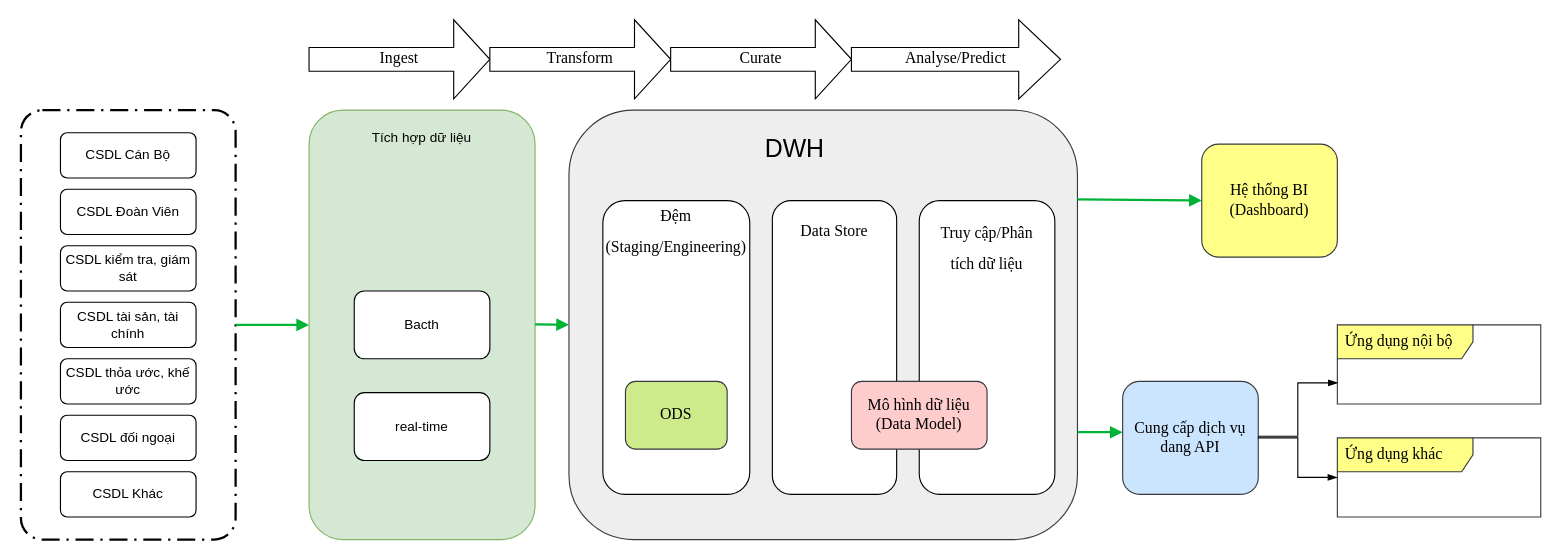
This is page "Page-1" (1 of 2) of Untitled Diagram.drawio from letheanh12345/Draw-io, a draw.io file, before an edit. Source tidied: cells renumbered, new cells numbered last; positions are measured from the earlier drawing's top-left corner, leaving out a move shared by most shapes. Both pictures are drawn from the tidied source at 113%, with x=0, y=0 at pixel (20, 19).
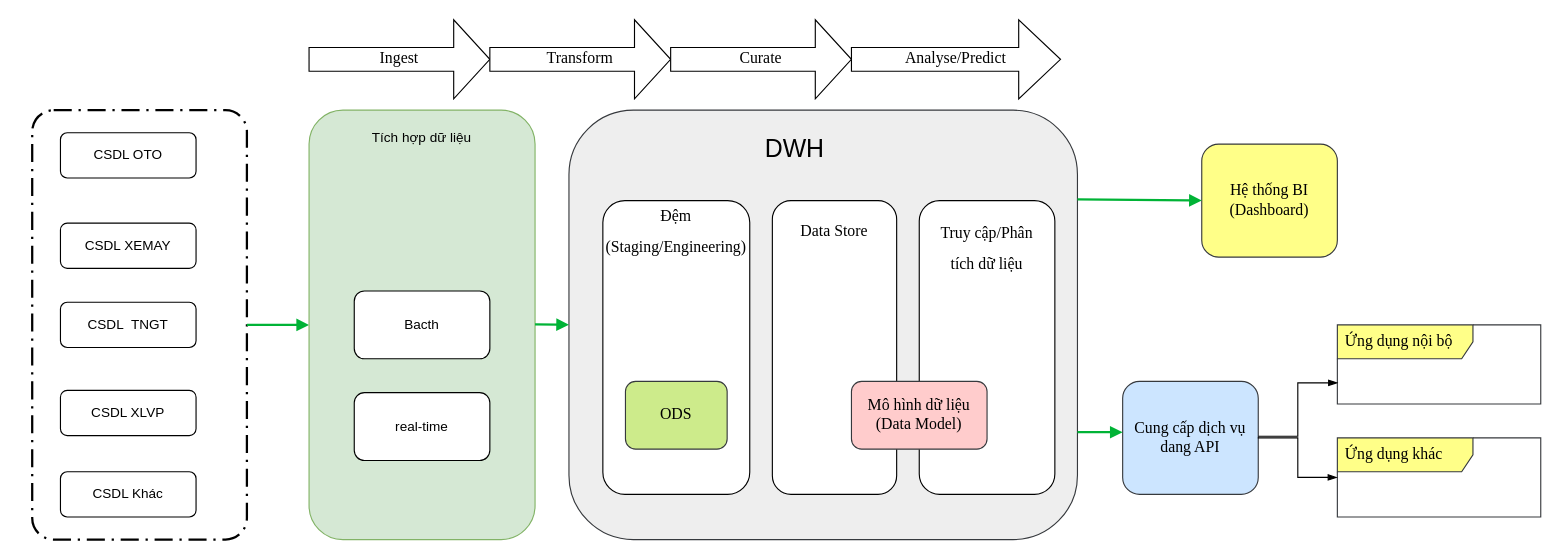
The same page after the edit.

Diff of the diagram source:
```diff
@@
-    <mxCell id="2" value="CSDL Cán Bộ" style="rounded=1;whiteSpace=wrap;html=1;" parent="1" vertex="1">
+    <mxCell id="2" value="CSDL OTO" style="rounded=1;whiteSpace=wrap;html=1;" parent="1" vertex="1">
       <mxGeometry x="35" y="100" width="120" height="40" as="geometry" />
     </mxCell>
-    <mxCell id="3" value="CSDL Đoàn Viên" style="rounded=1;whiteSpace=wrap;html=1;" parent="1" vertex="1">
-      <mxGeometry x="35" y="150" width="120" height="40" as="geometry" />
+    <mxCell id="3" value="CSDL XEMAY" style="rounded=1;whiteSpace=wrap;html=1;" parent="1" vertex="1">
+      <mxGeometry x="35" y="180" width="120" height="40" as="geometry" />
     </mxCell>
-    <mxCell id="4" value="CSDL kiểm tra, giám sát" style="rounded=1;whiteSpace=wrap;html=1;" parent="1" vertex="1">
-      <mxGeometry x="35" y="200" width="120" height="40" as="geometry" />
+    <mxCell id="4" value="CSDL&amp;nbsp; TNGT" style="rounded=1;whiteSpace=wrap;html=1;" parent="1" vertex="1">
+      <mxGeometry x="35" y="250" width="120" height="40" as="geometry" />
     </mxCell>
-    <mxCell id="5" value="CSDL tài sản, tài chính" style="rounded=1;whiteSpace=wrap;html=1;" parent="1" vertex="1">
-      <mxGeometry x="35" y="250" width="120" height="40" as="geometry" />
+    <mxCell id="5" value="CSDL XLVP" style="rounded=1;whiteSpace=wrap;html=1;" parent="1" vertex="1">
+      <mxGeometry x="35" y="328" width="120" height="40" as="geometry" />
     </mxCell>
-    <mxCell id="6" value="CSDL thỏa ước, khế ước" style="rounded=1;whiteSpace=wrap;html=1;" parent="1" vertex="1">
-      <mxGeometry x="35" y="300" width="120" height="40" as="geometry" />
-    </mxCell>
-    <mxCell id="7" value="CSDL đối ngoại" style="rounded=1;whiteSpace=wrap;html=1;" parent="1" vertex="1">
-      <mxGeometry x="35" y="350" width="120" height="40" as="geometry" />
-    </mxCell>
@@
     <mxCell id="9" style="points=[[0.25,0,0],[0.5,0,0],[0.75,0,0],[1,0.25,0],[1,0.5,0],[1,0.75,0],[0.75,1,0],[0.5,1,0],[0.25,1,0],[0,0.75,0],[0,0.5,0],[0,0.25,0]];rounded=1;arcSize=10;dashed=1;strokeColor=#000000;fillColor=none;gradientColor=none;dashPattern=8 3 1 3;strokeWidth=2;" parent="1" vertex="1">
-      <mxGeometry y="80" width="190" height="380" as="geometry" />
+      <mxGeometry x="10" y="80" width="190" height="380" as="geometry" />
     </mxCell>
```
